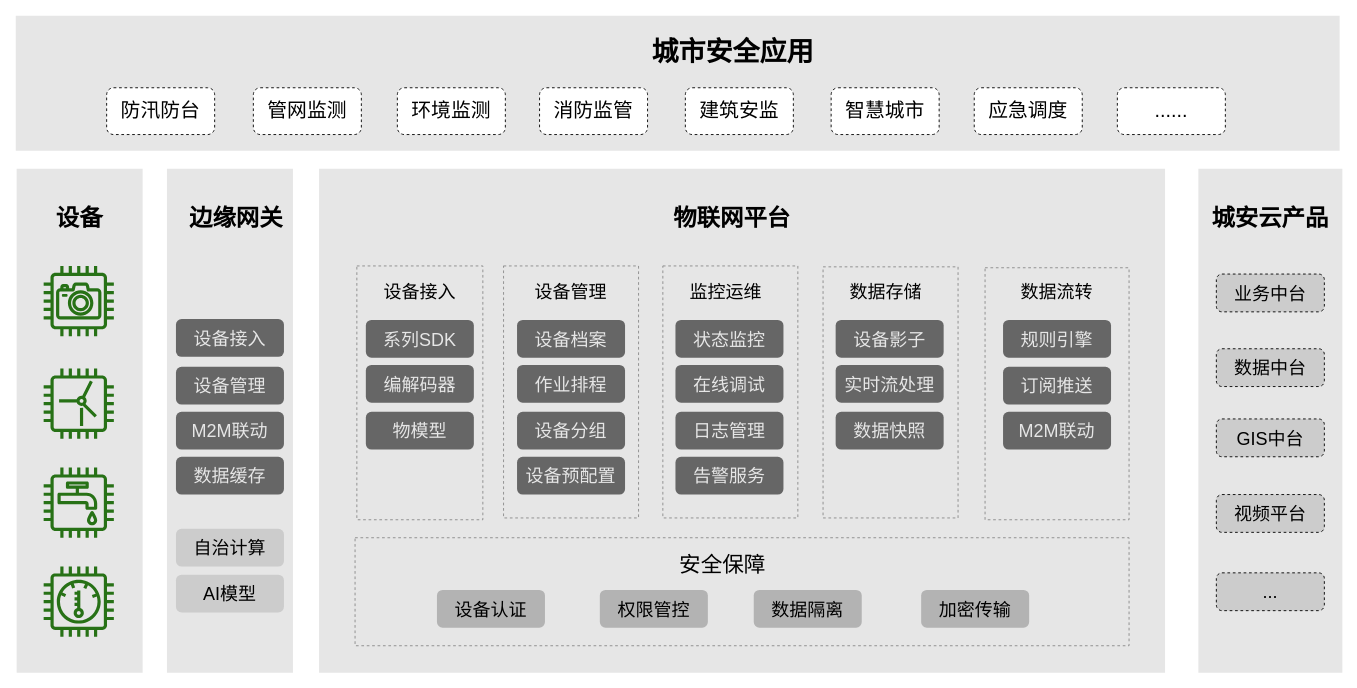
The draw.io diagram page "功能结构图" (4 of 14) of 城安云 物联网中台架构图.drawio in ZachChou-Product/model-design, before the edit. Source tidied: cells renumbered, new cells numbered last; positions are measured from the earlier drawing's top-left corner, leaving out a move shared by most shapes. Both pictures are drawn from the tidied source at 90%, with x=0, y=0 at pixel (15, 15).
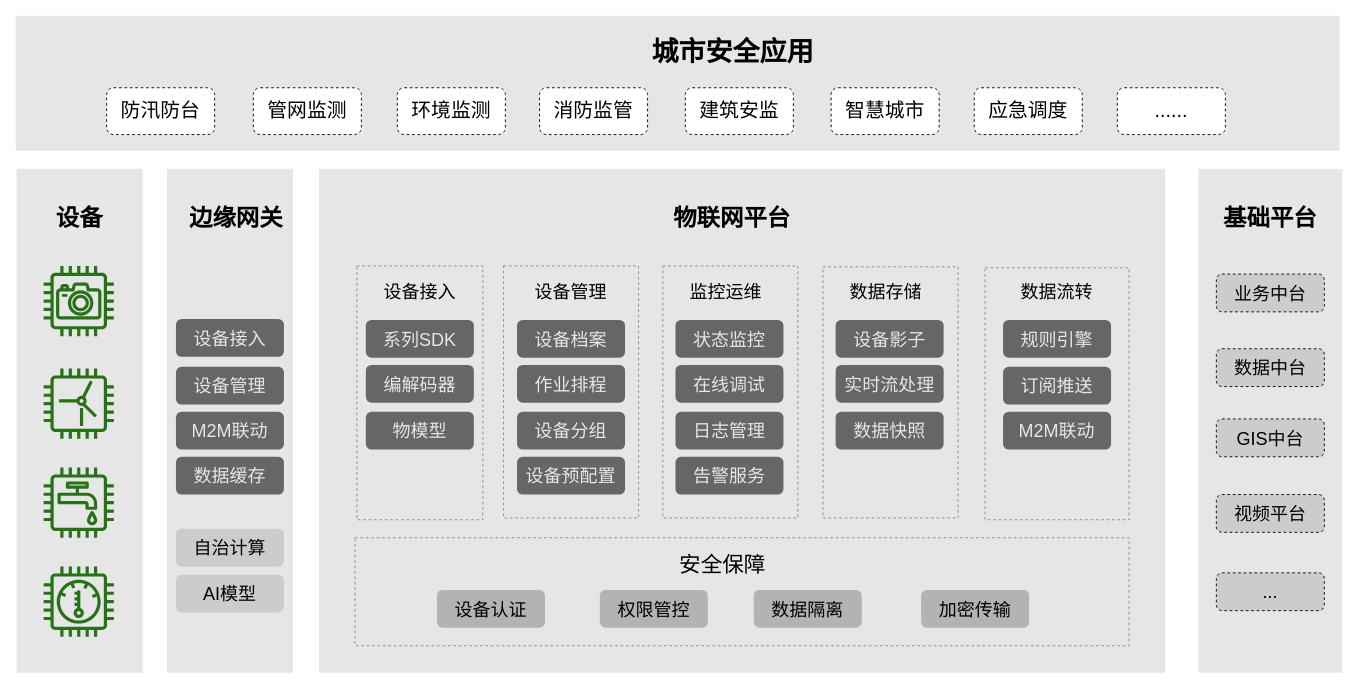
The same diagram, later.

Diff of the diagram source:
```diff
@@
-    <mxCell id="50" value="城安云产品" style="text;html=1;strokeColor=none;fillColor=none;align=center;verticalAlign=middle;whiteSpace=wrap;rounded=0;dashed=1;fontSize=26;fontStyle=1;" parent="1" vertex="1">
+    <mxCell id="50" value="基础平台" style="text;html=1;strokeColor=none;fillColor=none;align=center;verticalAlign=middle;whiteSpace=wrap;rounded=0;dashed=1;fontSize=26;fontStyle=1;" parent="1" vertex="1">
       <mxGeometry x="1320.2" y="215" width="147.5" height="20" as="geometry" />
     </mxCell>
```
